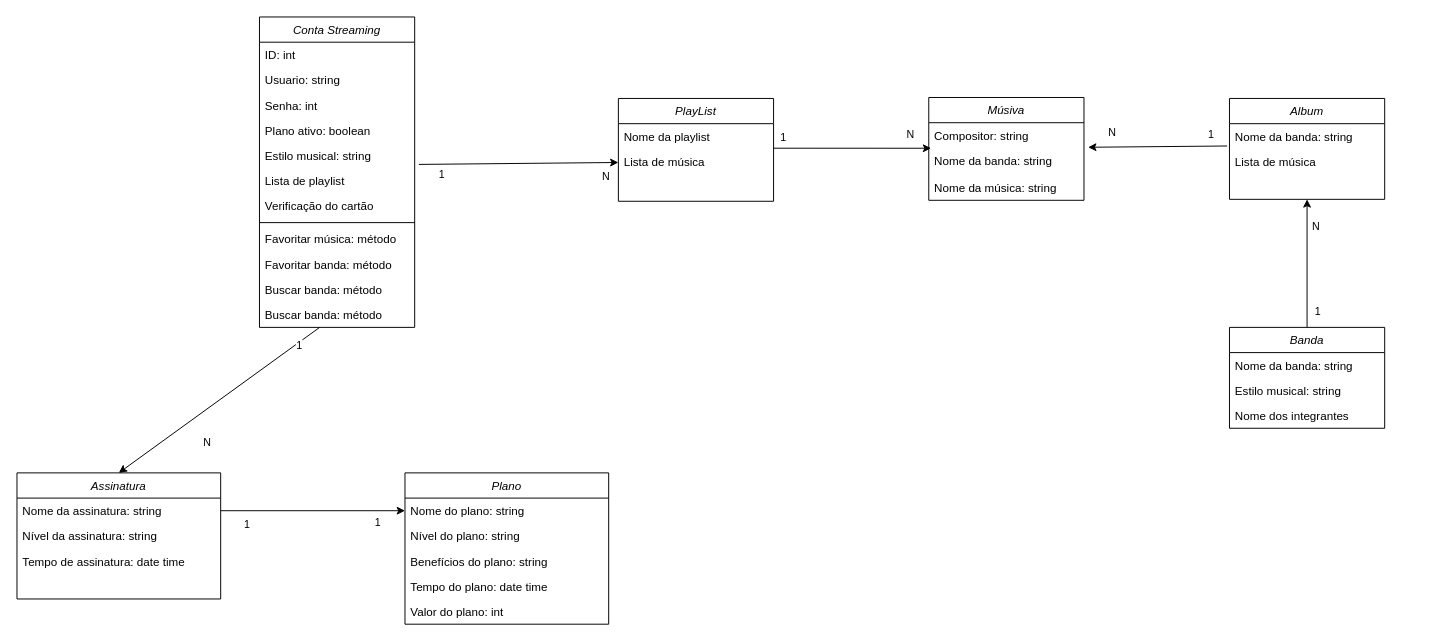
Rafaelrs21/spotify keeps this draw.io diagram as Diagrama/Diagrama de Stream.drawio. Above is the earlier version. Source tidied: cells renumbered, new cells numbered last; positions are measured from the earlier drawing's top-left corner, leaving out a move shared by most shapes. Both pictures are drawn from the tidied source at 97%, with x=0, y=0 at pixel (16, 16).
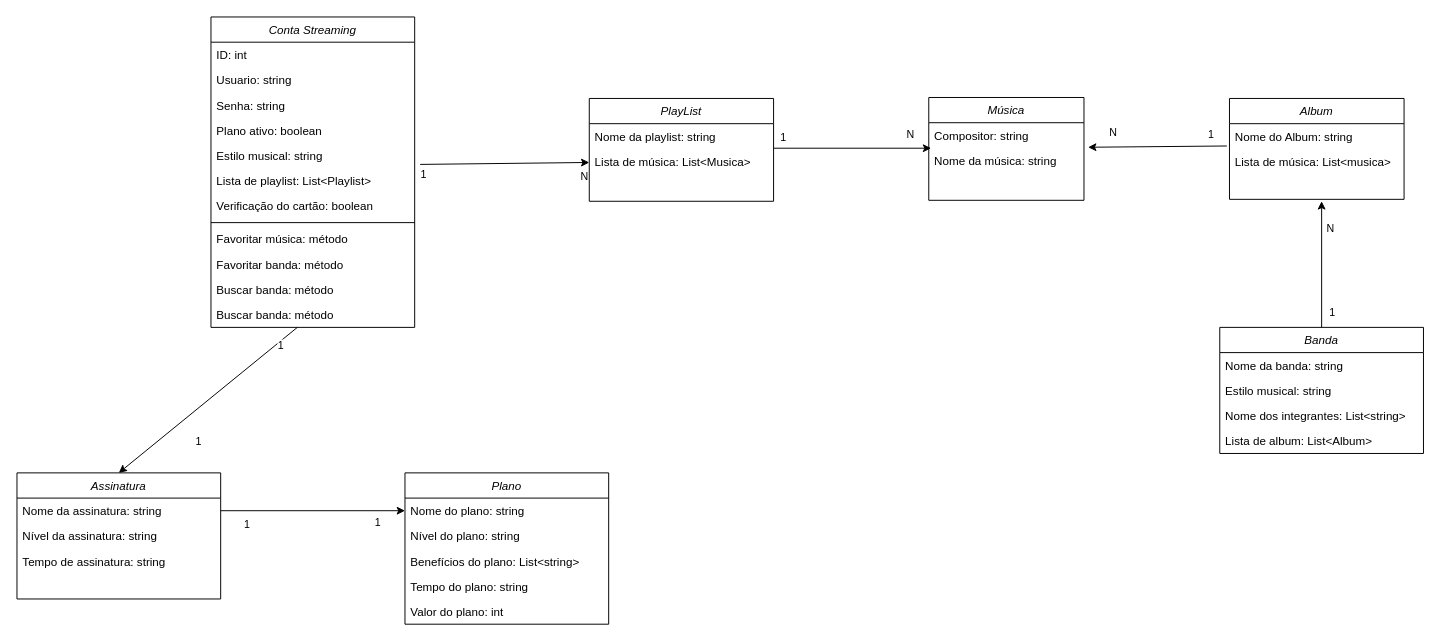
The same diagram, later.

The change refers to these unchanged cells:
```xml
<mxCell id="26" value="Assinatura" style="swimlane;fontStyle=2;align=center;verticalAlign=top;horizontal=1;startSize=26;rounded=0;shadow=0;strokeWidth=1;" parent="1" vertex="1">
  <mxGeometry y="470" width="210" height="130" as="geometry" />
</mxCell>
<mxCell id="30" style="endArrow=classic;html=1;rounded=0;entryX=0.5;entryY=0;entryDx=0;entryDy=0;" parent="1" edge="1" source="14" target="26">
  <mxGeometry relative="1" as="geometry" />
</mxCell>
<mxCell id="36" value="Plano" style="swimlane;fontStyle=2;align=center;verticalAlign=top;horizontal=1;startSize=26;rounded=0;shadow=0;strokeWidth=1;" parent="1" vertex="1">
  <mxGeometry x="400" y="470" width="210" height="156" as="geometry" />
</mxCell>
```

What changed in the source:
```diff
@@
     <mxCell id="2" value="Conta Streaming" style="swimlane;fontStyle=2;align=center;verticalAlign=top;horizontal=1;startSize=26;rounded=0;shadow=0;strokeWidth=1;" parent="1" vertex="1">
-      <mxGeometry x="250" width="160" height="320" as="geometry" />
+      <mxGeometry x="200" width="210" height="320" as="geometry" />
     </mxCell>
     <mxCell id="3" value="ID: int" style="text;align=left;verticalAlign=top;spacingLeft=4;spacingRight=4;overflow=hidden;rounded=0;shadow=0;html=0;" parent="2" vertex="1">
-      <mxGeometry y="26" width="160" height="26" as="geometry" />
+      <mxGeometry y="26" width="210" height="26" as="geometry" />
     </mxCell>
     <mxCell id="4" value="Usuario: string" style="text;align=left;verticalAlign=top;spacingLeft=4;spacingRight=4;overflow=hidden;" parent="2" vertex="1">
-      <mxGeometry y="52" width="160" height="26" as="geometry" />
+      <mxGeometry y="52" width="210" height="26" as="geometry" />
     </mxCell>
-    <mxCell id="5" value="Senha: int" style="text;align=left;verticalAlign=top;spacingLeft=4;spacingRight=4;overflow=hidden;rounded=0;shadow=0;html=0;" parent="2" vertex="1">
-      <mxGeometry y="78" width="160" height="26" as="geometry" />
+    <mxCell id="5" value="Senha: string" style="text;align=left;verticalAlign=top;spacingLeft=4;spacingRight=4;overflow=hidden;rounded=0;shadow=0;html=0;" parent="2" vertex="1">
+      <mxGeometry y="78" width="210" height="26" as="geometry" />
     </mxCell>
     <mxCell id="6" value="Plano ativo: boolean" style="text;align=left;verticalAlign=top;spacingLeft=4;spacingRight=4;overflow=hidden;rounded=0;shadow=0;html=0;" parent="2" vertex="1">
-      <mxGeometry y="104" width="160" height="26" as="geometry" />
+      <mxGeometry y="104" width="210" height="26" as="geometry" />
     </mxCell>
     <mxCell id="7" value="Estilo musical: string" style="text;align=left;verticalAlign=top;spacingLeft=4;spacingRight=4;overflow=hidden;points=[[0,0.5],[1,0.5]];portConstraint=eastwest;rounded=0;shadow=0;html=0;" parent="2" vertex="1">
-      <mxGeometry y="130" width="160" height="26" as="geometry" />
+      <mxGeometry y="130" width="210" height="26" as="geometry" />
     </mxCell>
-    <mxCell id="8" value="Lista de playlist" style="text;align=left;verticalAlign=top;spacingLeft=4;spacingRight=4;overflow=hidden;rounded=0;shadow=0;html=0;" parent="2" vertex="1">
-      <mxGeometry y="156" width="160" height="26" as="geometry" />
+    <mxCell id="8" value="Lista de playlist: List&lt;Playlist&gt;" style="text;align=left;verticalAlign=top;spacingLeft=4;spacingRight=4;overflow=hidden;rounded=0;shadow=0;html=0;" parent="2" vertex="1">
+      <mxGeometry y="156" width="210" height="26" as="geometry" />
     </mxCell>
-    <mxCell id="9" value="Verificação do cartão" style="text;align=left;verticalAlign=top;spacingLeft=4;spacingRight=4;overflow=hidden;rounded=0;shadow=0;html=0;" parent="2" vertex="1">
-      <mxGeometry y="182" width="160" height="26" as="geometry" />
+    <mxCell id="9" value="Verificação do cartão: boolean" style="text;align=left;verticalAlign=top;spacingLeft=4;spacingRight=4;overflow=hidden;rounded=0;shadow=0;html=0;" parent="2" vertex="1">
+      <mxGeometry y="182" width="210" height="26" as="geometry" />
     </mxCell>
     <mxCell id="10" style="line;strokeWidth=1;fillColor=none;align=left;verticalAlign=middle;spacingTop=-1;spacingLeft=3;spacingRight=3;labelPosition=right;strokeColor=inherit;" parent="2" vertex="1">
-      <mxGeometry y="208" width="160" height="8" as="geometry" />
+      <mxGeometry y="208" width="210" height="8" as="geometry" />
     </mxCell>
     <mxCell id="11" value="Favoritar música: método" style="text;align=left;verticalAlign=top;spacingLeft=4;spacingRight=4;overflow=hidden;rounded=0;shadow=0;html=0;" parent="2" vertex="1">
-      <mxGeometry y="216" width="160" height="26" as="geometry" />
+      <mxGeometry y="216" width="210" height="26" as="geometry" />
     </mxCell>
     <mxCell id="12" value="Favoritar banda: método" style="text;align=left;verticalAlign=top;spacingLeft=4;spacingRight=4;overflow=hidden;rounded=0;shadow=0;html=0;" parent="2" vertex="1">
-      <mxGeometry y="242" width="160" height="26" as="geometry" />
+      <mxGeometry y="242" width="210" height="26" as="geometry" />
     </mxCell>
     <mxCell id="13" value="Buscar banda: método" style="text;align=left;verticalAlign=top;spacingLeft=4;spacingRight=4;overflow=hidden;rounded=0;shadow=0;html=0;" parent="2" vertex="1">
-      <mxGeometry y="268" width="160" height="26" as="geometry" />
+      <mxGeometry y="268" width="210" height="26" as="geometry" />
     </mxCell>
     <mxCell id="14" value="Buscar banda: método" style="text;align=left;verticalAlign=top;spacingLeft=4;spacingRight=4;overflow=hidden;points=[[0,0.5],[1,0.5]];portConstraint=eastwest;rounded=0;shadow=0;html=0;" parent="2" vertex="1">
-      <mxGeometry y="294" width="160" height="26" as="geometry" />
+      <mxGeometry y="294" width="210" height="26" as="geometry" />
     </mxCell>
     <mxCell id="15" value="Banda" style="swimlane;fontStyle=2;align=center;verticalAlign=top;horizontal=1;startSize=26;rounded=0;shadow=0;strokeWidth=1;" parent="1" vertex="1">
-      <mxGeometry x="1250" y="320" width="160" height="104" as="geometry" />
+      <mxGeometry x="1240" y="320" width="210" height="130" as="geometry" />
     </mxCell>
     <mxCell id="16" value="Nome da banda: string" style="text;align=left;verticalAlign=top;spacingLeft=4;spacingRight=4;overflow=hidden;rounded=0;shadow=0;html=0;" parent="15" vertex="1">
-      <mxGeometry y="26" width="160" height="26" as="geometry" />
+      <mxGeometry y="26" width="210" height="26" as="geometry" />
     </mxCell>
     <mxCell id="17" value="Estilo musical: string" style="text;align=left;verticalAlign=top;spacingLeft=4;spacingRight=4;overflow=hidden;" parent="15" vertex="1">
-      <mxGeometry y="52" width="160" height="26" as="geometry" />
+      <mxGeometry y="52" width="210" height="26" as="geometry" />
     </mxCell>
-    <mxCell id="18" value="Nome dos integrantes" style="text;align=left;verticalAlign=top;spacingLeft=4;spacingRight=4;overflow=hidden;" parent="15" vertex="1">
-      <mxGeometry y="78" width="160" height="26" as="geometry" />
+    <mxCell id="18" value="Nome dos integrantes: List&lt;string&gt;" style="text;align=left;verticalAlign=top;spacingLeft=4;spacingRight=4;overflow=hidden;" parent="15" vertex="1">
+      <mxGeometry y="78" width="210" height="26" as="geometry" />
     </mxCell>
+    <mxCell id="57" value="Lista de album: List&lt;Album&gt;" style="text;align=left;verticalAlign=top;spacingLeft=4;spacingRight=4;overflow=hidden;" parent="15" vertex="1">
+      <mxGeometry y="104" width="210" height="26" as="geometry" />
+    </mxCell>
-    <mxCell id="19" value="Músiva" style="swimlane;fontStyle=2;align=center;verticalAlign=top;horizontal=1;startSize=26;rounded=0;shadow=0;strokeWidth=1;" parent="1" vertex="1">
+    <mxCell id="19" value="Música" style="swimlane;fontStyle=2;align=center;verticalAlign=top;horizontal=1;startSize=26;rounded=0;shadow=0;strokeWidth=1;" parent="1" vertex="1">
       <mxGeometry x="940" y="83" width="160" height="106" as="geometry" />
     </mxCell>
@@
-    <mxCell id="21" value="Nome da banda: string" style="text;align=left;verticalAlign=top;spacingLeft=4;spacingRight=4;overflow=hidden;points=[[0,0.5],[1,0.5]];portConstraint=eastwest;" parent="19" vertex="1">
-      <mxGeometry y="52" width="160" height="28" as="geometry" />
-    </mxCell>
     <mxCell id="22" value="Nome da música: string" style="text;align=left;verticalAlign=top;spacingLeft=4;spacingRight=4;overflow=hidden;rounded=0;shadow=0;html=0;" parent="19" vertex="1">
-      <mxGeometry y="80" width="160" height="26" as="geometry" />
+      <mxGeometry y="52" width="160" height="26" as="geometry" />
     </mxCell>
@@
-    <mxCell id="29" value="Tempo de assinatura: date time" style="text;align=left;verticalAlign=top;spacingLeft=4;spacingRight=4;overflow=hidden;rounded=0;shadow=0;html=0;" parent="26" vertex="1">
+    <mxCell id="29" value="Tempo de assinatura: string" style="text;align=left;verticalAlign=top;spacingLeft=4;spacingRight=4;overflow=hidden;rounded=0;shadow=0;html=0;" parent="26" vertex="1">
       <mxGeometry y="78" width="210" height="26" as="geometry" />
     </mxCell>
@@
-    <mxCell id="32" value="N" style="edgeLabel;html=1;align=center;verticalAlign=middle;" parent="30" vertex="1">
+    <mxCell id="32" value="1" style="edgeLabel;html=1;align=center;verticalAlign=middle;" parent="30" vertex="1">
       <mxGeometry x="0.22" y="2" relative="1" as="geometry">
-        <mxPoint x="9" y="25" as="offset" />
+        <mxPoint x="9" y="24" as="offset" />
       </mxGeometry>
     </mxCell>
     <mxCell id="33" value="Album" style="swimlane;fontStyle=2;align=center;verticalAlign=top;horizontal=1;startSize=26;rounded=0;shadow=0;strokeWidth=1;" parent="1" vertex="1">
-      <mxGeometry x="1250" y="84" width="160" height="104" as="geometry" />
+      <mxGeometry x="1250" y="84" width="180" height="104" as="geometry" />
     </mxCell>
-    <mxCell id="34" value="Nome da banda: string" style="text;align=left;verticalAlign=top;spacingLeft=4;spacingRight=4;overflow=hidden;rounded=0;shadow=0;html=0;" parent="33" vertex="1">
-      <mxGeometry y="26" width="160" height="26" as="geometry" />
+    <mxCell id="34" value="Nome do Album: string" style="text;align=left;verticalAlign=top;spacingLeft=4;spacingRight=4;overflow=hidden;rounded=0;shadow=0;html=0;" parent="33" vertex="1">
+      <mxGeometry y="26" width="180" height="26" as="geometry" />
     </mxCell>
-    <mxCell id="35" value="Lista de música" style="text;align=left;verticalAlign=top;spacingLeft=4;spacingRight=4;overflow=hidden;points=[[0,0.5],[1,0.5]];portConstraint=eastwest;" parent="33" vertex="1">
-      <mxGeometry y="52" width="160" height="26" as="geometry" />
+    <mxCell id="35" value="Lista de música: List&lt;musica&gt;" style="text;align=left;verticalAlign=top;spacingLeft=4;spacingRight=4;overflow=hidden;points=[[0,0.5],[1,0.5]];portConstraint=eastwest;" parent="33" vertex="1">
+      <mxGeometry y="52" width="180" height="26" as="geometry" />
     </mxCell>
@@
-    <mxCell id="39" value="Benefícios do plano: string" style="text;align=left;verticalAlign=top;spacingLeft=4;spacingRight=4;overflow=hidden;" parent="36" vertex="1">
+    <mxCell id="39" value="Benefícios do plano: List&lt;string&gt;" style="text;align=left;verticalAlign=top;spacingLeft=4;spacingRight=4;overflow=hidden;" parent="36" vertex="1">
       <mxGeometry y="78" width="210" height="26" as="geometry" />
     </mxCell>
-    <mxCell id="40" value="Tempo do plano: date time" style="text;align=left;verticalAlign=top;spacingLeft=4;spacingRight=4;overflow=hidden;rounded=0;shadow=0;html=0;" parent="36" vertex="1">
+    <mxCell id="40" value="Tempo do plano: string" style="text;align=left;verticalAlign=top;spacingLeft=4;spacingRight=4;overflow=hidden;rounded=0;shadow=0;html=0;" parent="36" vertex="1">
       <mxGeometry y="104" width="210" height="26" as="geometry" />
     </mxCell>
@@
     <mxCell id="45" value="PlayList" style="swimlane;fontStyle=2;align=center;verticalAlign=top;horizontal=1;startSize=26;rounded=0;shadow=0;strokeWidth=1;" parent="1" vertex="1">
-      <mxGeometry x="620" y="84" width="160" height="106" as="geometry" />
+      <mxGeometry x="590" y="84" width="190" height="106" as="geometry" />
     </mxCell>
-    <mxCell id="46" value="Nome da playlist" style="text;align=left;verticalAlign=top;spacingLeft=4;spacingRight=4;overflow=hidden;rounded=0;shadow=0;html=0;" parent="45" vertex="1">
-      <mxGeometry y="26" width="160" height="26" as="geometry" />
+    <mxCell id="46" value="Nome da playlist: string" style="text;align=left;verticalAlign=top;spacingLeft=4;spacingRight=4;overflow=hidden;rounded=0;shadow=0;html=0;" parent="45" vertex="1">
+      <mxGeometry y="26" width="190" height="26" as="geometry" />
     </mxCell>
-    <mxCell id="47" value="Lista de música" style="text;align=left;verticalAlign=top;spacingLeft=4;spacingRight=4;overflow=hidden;points=[[0,0.5],[1,0.5]];portConstraint=eastwest;" parent="45" vertex="1">
-      <mxGeometry y="52" width="160" height="28" as="geometry" />
+    <mxCell id="47" value="Lista de música: List&lt;Musica&gt;" style="text;align=left;verticalAlign=top;spacingLeft=4;spacingRight=4;overflow=hidden;points=[[0,0.5],[1,0.5]];portConstraint=eastwest;" parent="45" vertex="1">
+      <mxGeometry y="52" width="190" height="28" as="geometry" />
     </mxCell>
-    <mxCell id="48" style="endArrow=classic;html=1;rounded=0;exitX=1;exitY=0.5;exitDx=0;exitDy=0;entryX=0.015;entryY=0.012;entryDx=0;entryDy=0;entryPerimeter=0;" parent="1" edge="1" target="21">
+    <mxCell id="48" style="endArrow=classic;html=1;rounded=0;exitX=1;exitY=0.5;exitDx=0;exitDy=0;entryX=0.015;entryY=0.012;entryDx=0;entryDy=0;entryPerimeter=0;" parent="1" edge="1">
       <mxGeometry relative="1" as="geometry">
         <mxPoint x="780" y="135.3" as="sourcePoint" />
+        <mxPoint x="942.4" y="135.3" as="targetPoint" />
       </mxGeometry>
     </mxCell>
@@
-    <mxCell id="51" style="endArrow=classic;html=1;rounded=0;exitX=-0.015;exitY=-0.115;exitDx=0;exitDy=0;exitPerimeter=0;entryX=1.027;entryY=-0.024;entryDx=0;entryDy=0;entryPerimeter=0;" parent="1" edge="1" source="35" target="21">
-      <mxGeometry relative="1" as="geometry" />
+    <mxCell id="51" style="endArrow=classic;html=1;rounded=0;exitX=-0.015;exitY=-0.115;exitDx=0;exitDy=0;exitPerimeter=0;entryX=1.027;entryY=-0.024;entryDx=0;entryDy=0;entryPerimeter=0;" parent="1" edge="1" source="35">
+      <mxGeometry relative="1" as="geometry">
+        <mxPoint x="1104.3" y="134.3" as="targetPoint" />
+      </mxGeometry>
     </mxCell>
@@
-    <mxCell id="54" style="endArrow=classic;html=1;rounded=0;exitX=0.5;exitY=0;exitDx=0;exitDy=0;entryX=0.5;entryY=1;entryDx=0;entryDy=0;" parent="1" edge="1" source="15" target="33">
-      <mxGeometry relative="1" as="geometry" />
+    <mxCell id="54" style="endArrow=classic;html=1;rounded=0;exitX=0.5;exitY=0;exitDx=0;exitDy=0;" parent="1" edge="1" source="15">
+      <mxGeometry relative="1" as="geometry">
+        <mxPoint x="1345" y="190" as="targetPoint" />
+      </mxGeometry>
     </mxCell>
```
